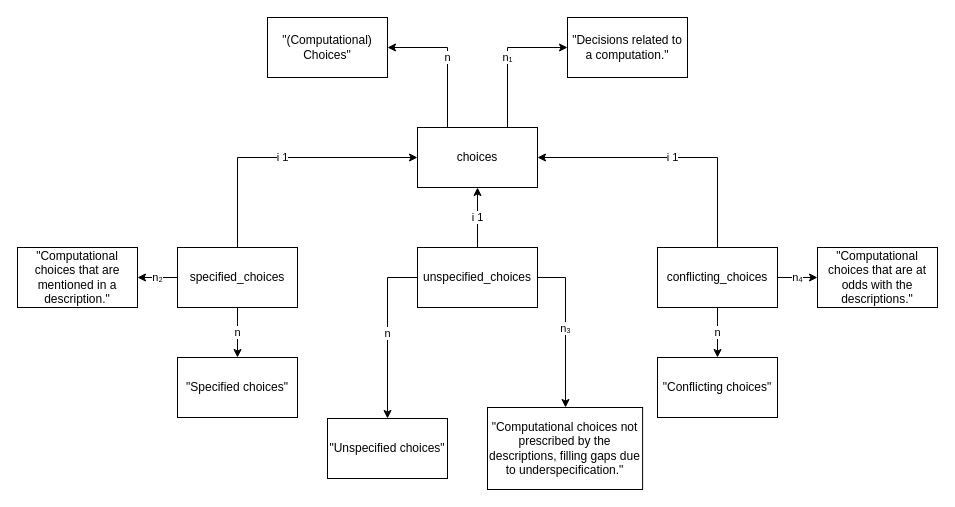
nicebread/scientific_errors keeps this draw.io diagram as page "03-choices" (4 of 11) of model-analysis-errors.drawio. Above is the earlier version. Source tidied: cells renumbered, new cells numbered last; positions are measured from the earlier drawing's top-left corner, leaving out a move shared by most shapes. Both pictures are drawn from the tidied source at 100%, with x=0, y=0 at pixel (17, 17).
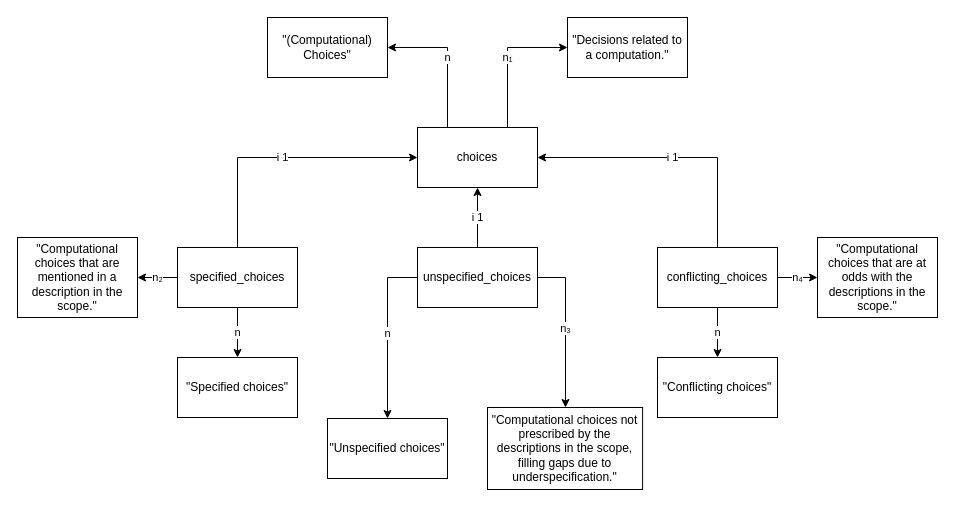
The same diagram, later.

Commit message:
Mention (description) scope for specified, unspecified, and conflicting choices

The edit, as a diff of the source:
```diff
@@
-    <mxCell id="19" value="&quot;Computational choices not prescribed by the descriptions, filling gaps due to underspecification.&quot;" style="rounded=0;whiteSpace=wrap;html=1;" parent="1" vertex="1">
+    <mxCell id="19" value="&quot;Computational choices not prescribed by the descriptions in the scope, filling gaps due to underspecification.&quot;" style="rounded=0;whiteSpace=wrap;html=1;" parent="1" vertex="1">
       <mxGeometry x="470" y="390" width="155.1" height="82" as="geometry" />
     </mxCell>
@@
-    <mxCell id="23" value="&quot;Computational choices that are mentioned in a description.&quot;" style="rounded=0;whiteSpace=wrap;html=1;" parent="1" vertex="1">
-      <mxGeometry y="230" width="120" height="60" as="geometry" />
+    <mxCell id="23" value="&quot;Computational choices that are mentioned in a description in the scope.&quot;" style="rounded=0;whiteSpace=wrap;html=1;" parent="1" vertex="1">
+      <mxGeometry y="220" width="120" height="80" as="geometry" />
     </mxCell>
-    <mxCell id="24" value="&quot;Computational choices that are at odds with the descriptions.&quot;" style="rounded=0;whiteSpace=wrap;html=1;" parent="1" vertex="1">
-      <mxGeometry x="800" y="230" width="120" height="60" as="geometry" />
+    <mxCell id="24" value="&quot;Computational choices that are at odds with the descriptions in the scope.&quot;" style="rounded=0;whiteSpace=wrap;html=1;" parent="1" vertex="1">
+      <mxGeometry x="800" y="220" width="120" height="80" as="geometry" />
     </mxCell>
```
